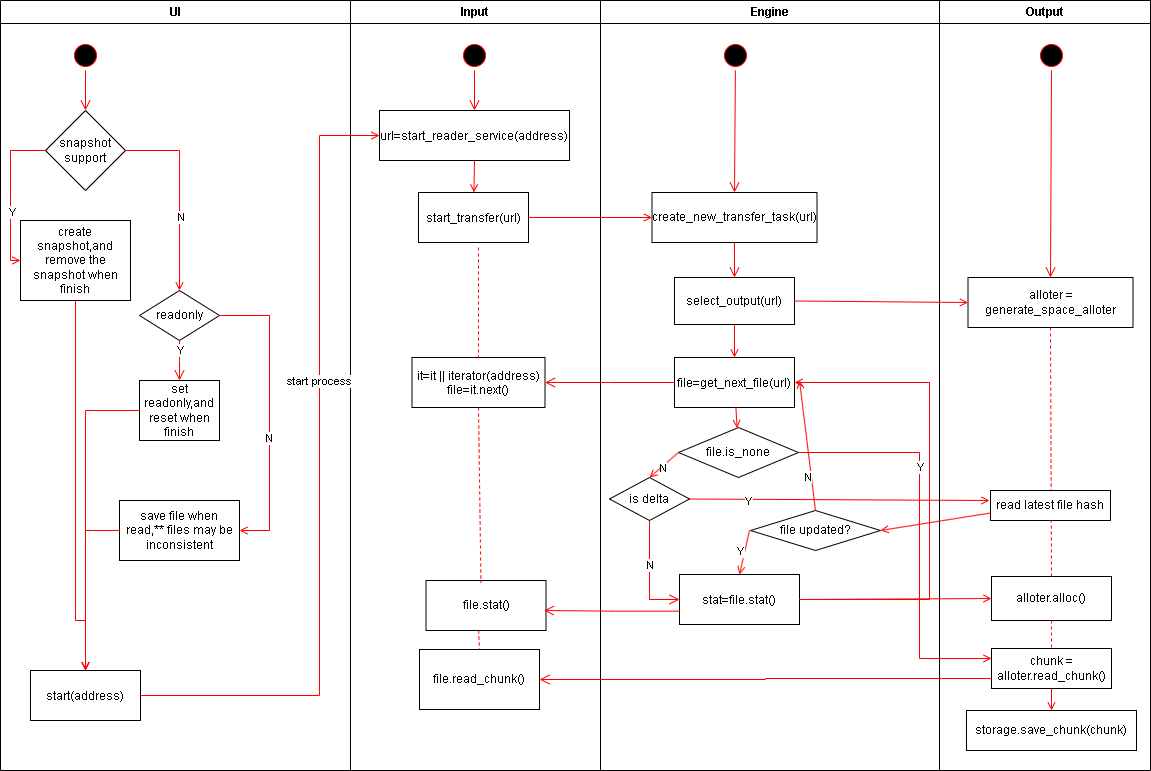
Above: doc/PM/backup/backup_framework/draft.drawio.png in buckyos/buckyos (draw.io), before the change. Source tidied: cells renumbered, new cells last; positions are measured from the earlier drawing's top-left corner, leaving out a move shared by most shapes.
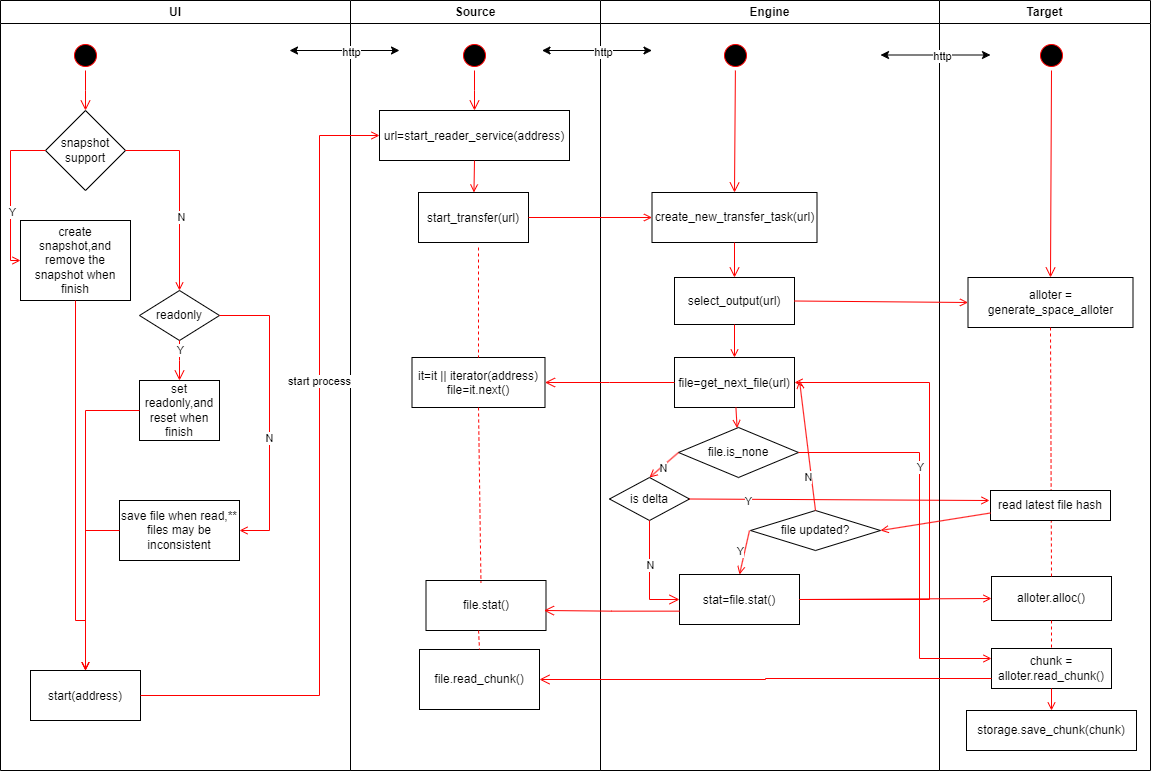
The same diagram one commit later.

Diff of the diagram source:
```diff
@@ -83,7 +83,7 @@
     <mxCell id="21" style="edgeStyle=orthogonalEdgeStyle;strokeColor=#FF0000;endArrow=open;endFill=1;rounded=0;entryX=0.5;entryY=0;entryDx=0;entryDy=0;exitX=0;exitY=0.5;exitDx=0;exitDy=0;" parent="2" edge="1" source="17" target="5">
       <mxGeometry relative="1" as="geometry" />
     </mxCell>
-    <mxCell id="22" value="Input" style="swimlane;whiteSpace=wrap;" parent="1" vertex="1">
+    <mxCell id="22" value="Source" style="swimlane;whiteSpace=wrap;" parent="1" vertex="1">
       <mxGeometry x="350" width="250" height="770" as="geometry" />
     </mxCell>
     <mxCell id="23" style="ellipse;shape=startState;fillColor=#000000;strokeColor=#ff0000;" parent="22" vertex="1">
@@ -228,7 +228,18 @@
         <mxPoint x="-6" y="-7" as="offset" />
       </mxGeometry>
     </mxCell>
+    <mxCell id="80" style="endArrow=classic;startArrow=classic;html=1;rounded=0;" parent="34" edge="1">
+      <mxGeometry relative="1" as="geometry">
+        <mxPoint x="-58.5" y="50" as="sourcePoint" />
+        <mxPoint x="51.5" y="50" as="targetPoint" />
+      </mxGeometry>
+    </mxCell>
+    <mxCell id="81" value="http" style="edgeLabel;html=1;align=center;verticalAlign=middle;" parent="80" vertex="1">
+      <mxGeometry x="0.47" y="-1" relative="1" as="geometry">
+        <mxPoint x="-20" as="offset" />
+      </mxGeometry>
+    </mxCell>
-    <mxCell id="59" value="Output" style="swimlane;whiteSpace=wrap;" parent="1" vertex="1">
+    <mxCell id="59" value="Target" style="swimlane;whiteSpace=wrap;" parent="1" vertex="1">
       <mxGeometry x="939" width="211" height="770" as="geometry" />
     </mxCell>
     <mxCell id="60" style="ellipse;shape=startState;fillColor=#000000;strokeColor=#ff0000;" parent="59" vertex="1">
@@ -261,6 +272,17 @@
     <mxCell id="69" value="read latest file hash" style="rounded=0;whiteSpace=wrap;html=1;" parent="59" vertex="1">
       <mxGeometry x="51" y="490" width="120" height="30" as="geometry" />
     </mxCell>
+    <mxCell id="82" style="endArrow=classic;startArrow=classic;html=1;rounded=0;" parent="59" edge="1">
+      <mxGeometry relative="1" as="geometry">
+        <mxPoint x="-59" y="54.5" as="sourcePoint" />
+        <mxPoint x="51" y="54.5" as="targetPoint" />
+      </mxGeometry>
+    </mxCell>
+    <mxCell id="83" value="http" style="edgeLabel;html=1;align=center;verticalAlign=middle;" parent="82" vertex="1">
+      <mxGeometry x="0.47" y="-1" relative="1" as="geometry">
+        <mxPoint x="-20" as="offset" />
+      </mxGeometry>
+    </mxCell>
     <mxCell id="70" style="edgeStyle=elbowEdgeStyle;elbow=horizontal;verticalAlign=bottom;endArrow=open;endSize=8;strokeColor=#FF0000;endFill=1;rounded=0;exitX=0;exitY=0.5;exitDx=0;exitDy=0;entryX=1;entryY=0.5;entryDx=0;entryDy=0;" parent="1" edge="1" source="35" target="28">
       <mxGeometry x="-1100" y="-220" as="geometry" />
     </mxCell>
@@ -299,5 +321,16 @@
     <mxCell id="79" style="endArrow=open;strokeColor=#FF0000;endFill=1;rounded=0;exitX=0;exitY=0.75;exitDx=0;exitDy=0;entryX=1;entryY=0.5;entryDx=0;entryDy=0;" parent="1" edge="1" source="69" target="54">
       <mxGeometry relative="1" as="geometry" />
     </mxCell>
+    <mxCell id="84" style="endArrow=classic;startArrow=classic;html=1;rounded=0;" parent="1" edge="1">
+      <mxGeometry relative="1" as="geometry">
+        <mxPoint x="289" y="50" as="sourcePoint" />
+        <mxPoint x="399" y="50" as="targetPoint" />
+      </mxGeometry>
+    </mxCell>
+    <mxCell id="85" value="http" style="edgeLabel;html=1;align=center;verticalAlign=middle;" parent="84" vertex="1">
+      <mxGeometry x="0.47" y="-1" relative="1" as="geometry">
+        <mxPoint x="-20" as="offset" />
+      </mxGeometry>
+    </mxCell>
   </root>
 </mxGraphModel>
```
